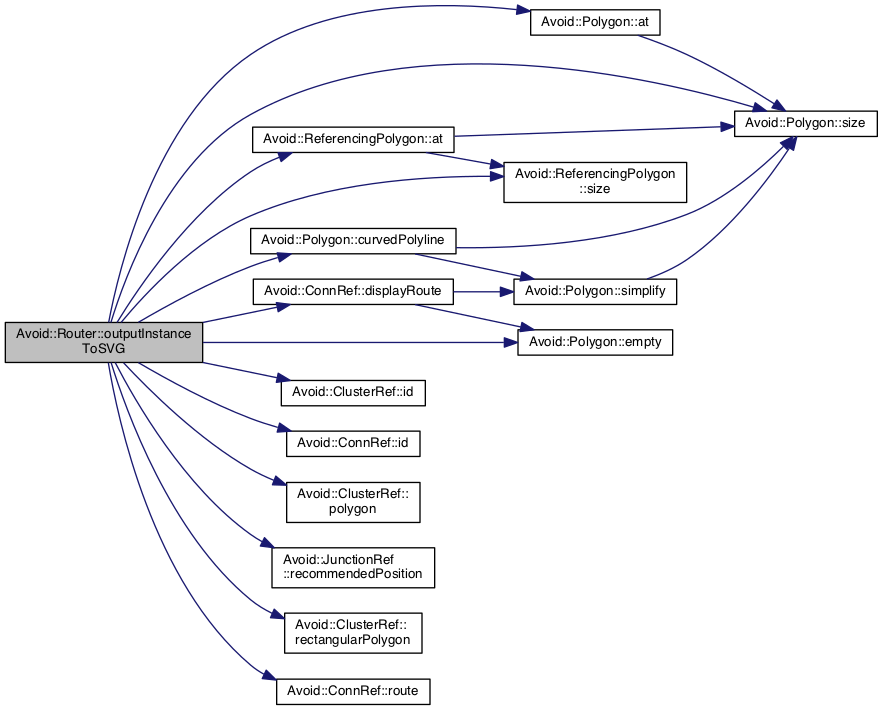
Earlier version of the Graphviz export documentation/classAvoid_1_1Router_a458aae2d6447e0958e4916a8c29bbb47_cgraph.png (mjwybrow/adaptagrams). Its source is kept beside it as documentation/classAvoid_1_1Router_a458aae2d6447e0958e4916a8c29bbb47_cgraph.dot.
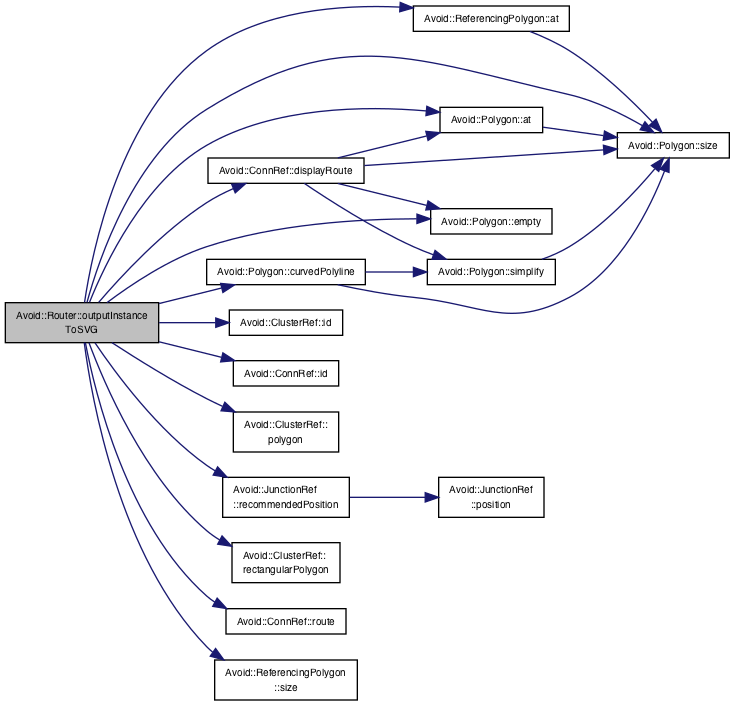
The same diagram one commit later.

Diff of the diagram source:
```diff
@@ -3,40 +3,43 @@
   edge [fontname="Helvetica",fontsize="10",labelfontname="Helvetica",labelfontsize="10"];
   node [fontname="Helvetica",fontsize="10",shape=record];
   rankdir="LR";
-  Node1 [label="Avoid::Router::outputInstance\lToSVG",height=0.2,width=0.4,color="black", fillcolor="grey75", style="filled", fontcolor="black"];
-  Node1 -> Node2 [color="midnightblue",fontsize="10",style="solid",fontname="Helvetica"];
-  Node2 [label="Avoid::Polygon::at",height=0.2,width=0.4,color="black", fillcolor="white", style="filled",URL="$classAvoid_1_1Polygon.html#a4980ff614840f746cc539a021128fc96",tooltip="Returns a specific point in the polygon. "];
-  Node2 -> Node3 [color="midnightblue",fontsize="10",style="solid",fontname="Helvetica"];
-  Node3 [label="Avoid::Polygon::size",height=0.2,width=0.4,color="black", fillcolor="white", style="filled",URL="$classAvoid_1_1Polygon.html#a58c011bded47396fb1bbda2c1eeb9552",tooltip="Returns the number of points in this polygon. "];
-  Node1 -> Node4 [color="midnightblue",fontsize="10",style="solid",fontname="Helvetica"];
-  Node4 [label="Avoid::ReferencingPolygon::at",height=0.2,width=0.4,color="black", fillcolor="white", style="filled",URL="$classAvoid_1_1ReferencingPolygon.html#a908d6fc6a1af577e7ab28be440329747",tooltip="Returns a specific point in the polygon. "];
-  Node4 -> Node3 [color="midnightblue",fontsize="10",style="solid",fontname="Helvetica"];
-  Node4 -> Node5 [color="midnightblue",fontsize="10",style="solid",fontname="Helvetica"];
-  Node5 [label="Avoid::ReferencingPolygon\l::size",height=0.2,width=0.4,color="black", fillcolor="white", style="filled",URL="$classAvoid_1_1ReferencingPolygon.html#af76ac706afca60dbef6d0bc2b69d8276",tooltip="Returns the number of points in this polygon. "];
-  Node1 -> Node6 [color="midnightblue",fontsize="10",style="solid",fontname="Helvetica"];
-  Node6 [label="Avoid::Polygon::curvedPolyline",height=0.2,width=0.4,color="black", fillcolor="white", style="filled",URL="$classAvoid_1_1Polygon.html#a37c1371329c57705b74e8b557ca102ff",tooltip="Returns a curved approximation of this multi-segment PolyLine, with the corners replaced by smooth Be..."];
-  Node6 -> Node7 [color="midnightblue",fontsize="10",style="solid",fontname="Helvetica"];
-  Node7 [label="Avoid::Polygon::simplify",height=0.2,width=0.4,color="black", fillcolor="white", style="filled",URL="$classAvoid_1_1Polygon.html#a92f6c7f6bd7c144d408fe18a1b711bf3",tooltip="Returns a simplified Polyline, where all collinear line segments have been collapsed down into single..."];
-  Node7 -> Node3 [color="midnightblue",fontsize="10",style="solid",fontname="Helvetica"];
-  Node6 -> Node3 [color="midnightblue",fontsize="10",style="solid",fontname="Helvetica"];
-  Node1 -> Node8 [color="midnightblue",fontsize="10",style="solid",fontname="Helvetica"];
-  Node8 [label="Avoid::ConnRef::displayRoute",height=0.2,width=0.4,color="black", fillcolor="white", style="filled",URL="$classAvoid_1_1ConnRef.html#ab7462cd69bd1d2c4dd318119558b4a94",tooltip="Returns a reference to the current display version of the route for the connector. "];
-  Node8 -> Node9 [color="midnightblue",fontsize="10",style="solid",fontname="Helvetica"];
-  Node9 [label="Avoid::Polygon::empty",height=0.2,width=0.4,color="black", fillcolor="white", style="filled",URL="$classAvoid_1_1Polygon.html#a972b0d1e8116907610b4a52973b255f4",tooltip="Returns true if this polygon is empty. "];
-  Node8 -> Node7 [color="midnightblue",fontsize="10",style="solid",fontname="Helvetica"];
-  Node1 -> Node9 [color="midnightblue",fontsize="10",style="solid",fontname="Helvetica"];
-  Node1 -> Node10 [color="midnightblue",fontsize="10",style="solid",fontname="Helvetica"];
-  Node10 [label="Avoid::ClusterRef::id",height=0.2,width=0.4,color="black", fillcolor="white", style="filled",URL="$classAvoid_1_1ClusterRef.html#a3fa6590dec9dbd8ef8ca581ab6c2416f",tooltip="Returns the ID of this cluster. "];
-  Node1 -> Node11 [color="midnightblue",fontsize="10",style="solid",fontname="Helvetica"];
-  Node11 [label="Avoid::ConnRef::id",height=0.2,width=0.4,color="black", fillcolor="white", style="filled",URL="$classAvoid_1_1ConnRef.html#a2bc4552e6d1b80c9ec38a971efb0d378",tooltip="Returns the ID of this connector. "];
-  Node1 -> Node12 [color="midnightblue",fontsize="10",style="solid",fontname="Helvetica"];
-  Node12 [label="Avoid::ClusterRef::\lpolygon",height=0.2,width=0.4,color="black", fillcolor="white", style="filled",URL="$classAvoid_1_1ClusterRef.html#acd1fa20b079253d53d27abf50d2a8933",tooltip="Returns a reference to the polygon boundary of this cluster. "];
-  Node1 -> Node13 [color="midnightblue",fontsize="10",style="solid",fontname="Helvetica"];
-  Node13 [label="Avoid::JunctionRef\l::recommendedPosition",height=0.2,width=0.4,color="black", fillcolor="white", style="filled",URL="$classAvoid_1_1JunctionRef.html#a404276b4132c4d21058f9b7220021124",tooltip="Returns a recommended position for the junction based on improving hyperedge routes. This value will be set during routing when the improveHyperedgeRoutesMovingJunctions router option is set (the default). "];
-  Node1 -> Node14 [color="midnightblue",fontsize="10",style="solid",fontname="Helvetica"];
-  Node14 [label="Avoid::ClusterRef::\lrectangularPolygon",height=0.2,width=0.4,color="black", fillcolor="white", style="filled",URL="$classAvoid_1_1ClusterRef.html#af7877b59ea4cb2939047f785382f8008",tooltip="Returns a reference to the rectangular boundary of this cluster. "];
-  Node1 -> Node15 [color="midnightblue",fontsize="10",style="solid",fontname="Helvetica"];
-  Node15 [label="Avoid::ConnRef::route",height=0.2,width=0.4,color="black", fillcolor="white", style="filled",URL="$classAvoid_1_1ConnRef.html#a98f24407bc92dd5a28e7c9d60d28d38b",tooltip="Returns a reference to the current route for the connector. "];
-  Node1 -> Node3 [color="midnightblue",fontsize="10",style="solid",fontname="Helvetica"];
-  Node1 -> Node5 [color="midnightblue",fontsize="10",style="solid",fontname="Helvetica"];
+  Node107 [label="Avoid::Router::outputInstance\lToSVG",height=0.2,width=0.4,color="black", fillcolor="grey75", style="filled", fontcolor="black"];
+  Node107 -> Node108 [color="midnightblue",fontsize="10",style="solid",fontname="Helvetica"];
+  Node108 [label="Avoid::Polygon::at",height=0.2,width=0.4,color="black", fillcolor="white", style="filled",URL="$classAvoid_1_1Polygon.html#ab2772d0cf1d0aad817a9814e20fce5ab",tooltip="Returns a specific point in the polygon. "];
+  Node108 -> Node109 [color="midnightblue",fontsize="10",style="solid",fontname="Helvetica"];
+  Node109 [label="Avoid::Polygon::size",height=0.2,width=0.4,color="black", fillcolor="white", style="filled",URL="$classAvoid_1_1Polygon.html#a2f9e9c8c78407eefbde944e663d9711e",tooltip="Returns the number of points in this polygon. "];
+  Node107 -> Node110 [color="midnightblue",fontsize="10",style="solid",fontname="Helvetica"];
+  Node110 [label="Avoid::ReferencingPolygon::at",height=0.2,width=0.4,color="black", fillcolor="white", style="filled",URL="$classAvoid_1_1ReferencingPolygon.html#a168bb0af7ba4147861f6b326d088da71",tooltip="Returns a specific point in the polygon. "];
+  Node110 -> Node109 [color="midnightblue",fontsize="10",style="solid",fontname="Helvetica"];
+  Node107 -> Node111 [color="midnightblue",fontsize="10",style="solid",fontname="Helvetica"];
+  Node111 [label="Avoid::Polygon::curvedPolyline",height=0.2,width=0.4,color="black", fillcolor="white", style="filled",URL="$classAvoid_1_1Polygon.html#a35ab2aa804cc40ae127e0641e254d268",tooltip="Returns a curved approximation of this multi-segment PolyLine, with the corners replaced by smooth Be..."];
+  Node111 -> Node112 [color="midnightblue",fontsize="10",style="solid",fontname="Helvetica"];
+  Node112 [label="Avoid::Polygon::simplify",height=0.2,width=0.4,color="black", fillcolor="white", style="filled",URL="$classAvoid_1_1Polygon.html#a2d3a0deb96bbff214b7035e481f0f0e8",tooltip="Returns a simplified Polyline, where all collinear line segments have been collapsed down into single..."];
+  Node112 -> Node109 [color="midnightblue",fontsize="10",style="solid",fontname="Helvetica"];
+  Node111 -> Node109 [color="midnightblue",fontsize="10",style="solid",fontname="Helvetica"];
+  Node107 -> Node113 [color="midnightblue",fontsize="10",style="solid",fontname="Helvetica"];
+  Node113 [label="Avoid::ConnRef::displayRoute",height=0.2,width=0.4,color="black", fillcolor="white", style="filled",URL="$classAvoid_1_1ConnRef.html#ab7462cd69bd1d2c4dd318119558b4a94",tooltip="Returns a reference to the current display version of the route for the connector. "];
+  Node113 -> Node108 [color="midnightblue",fontsize="10",style="solid",fontname="Helvetica"];
+  Node113 -> Node114 [color="midnightblue",fontsize="10",style="solid",fontname="Helvetica"];
+  Node114 [label="Avoid::Polygon::empty",height=0.2,width=0.4,color="black", fillcolor="white", style="filled",URL="$classAvoid_1_1Polygon.html#a477d0e8e93509d7955d1f4b4ca0abb0d",tooltip="Returns true if this polygon is empty. "];
+  Node113 -> Node112 [color="midnightblue",fontsize="10",style="solid",fontname="Helvetica"];
+  Node113 -> Node109 [color="midnightblue",fontsize="10",style="solid",fontname="Helvetica"];
+  Node107 -> Node114 [color="midnightblue",fontsize="10",style="solid",fontname="Helvetica"];
+  Node107 -> Node115 [color="midnightblue",fontsize="10",style="solid",fontname="Helvetica"];
+  Node115 [label="Avoid::ClusterRef::id",height=0.2,width=0.4,color="black", fillcolor="white", style="filled",URL="$classAvoid_1_1ClusterRef.html#a7a25b0c34cdad039906693265a9caac8",tooltip="Returns the ID of this cluster. "];
+  Node107 -> Node116 [color="midnightblue",fontsize="10",style="solid",fontname="Helvetica"];
+  Node116 [label="Avoid::ConnRef::id",height=0.2,width=0.4,color="black", fillcolor="white", style="filled",URL="$classAvoid_1_1ConnRef.html#a053841a1fdef00b1e90f20f563e1c259",tooltip="Returns the ID of this connector. "];
+  Node107 -> Node117 [color="midnightblue",fontsize="10",style="solid",fontname="Helvetica"];
+  Node117 [label="Avoid::ClusterRef::\lpolygon",height=0.2,width=0.4,color="black", fillcolor="white", style="filled",URL="$classAvoid_1_1ClusterRef.html#acd1fa20b079253d53d27abf50d2a8933",tooltip="Returns a reference to the polygon boundary of this cluster. "];
+  Node107 -> Node118 [color="midnightblue",fontsize="10",style="solid",fontname="Helvetica"];
+  Node118 [label="Avoid::JunctionRef\l::recommendedPosition",height=0.2,width=0.4,color="black", fillcolor="white", style="filled",URL="$classAvoid_1_1JunctionRef.html#a5b376e38102c5e4c9b625be21a9e46d5",tooltip="Returns a recommended position for the junction based on improving hyperedge routes. This value will be set during routing when the improveHyperedgeRoutesMovingJunctions router option is set (the default). "];
+  Node118 -> Node119 [color="midnightblue",fontsize="10",style="solid",fontname="Helvetica"];
+  Node119 [label="Avoid::JunctionRef\l::position",height=0.2,width=0.4,color="black", fillcolor="white", style="filled",URL="$classAvoid_1_1JunctionRef.html#af66cab7216d077ac124674c7c5f08e05",tooltip="Returns the position of this junction. "];
+  Node107 -> Node120 [color="midnightblue",fontsize="10",style="solid",fontname="Helvetica"];
+  Node120 [label="Avoid::ClusterRef::\lrectangularPolygon",height=0.2,width=0.4,color="black", fillcolor="white", style="filled",URL="$classAvoid_1_1ClusterRef.html#af7877b59ea4cb2939047f785382f8008",tooltip="Returns a reference to the rectangular boundary of this cluster. "];
+  Node107 -> Node121 [color="midnightblue",fontsize="10",style="solid",fontname="Helvetica"];
+  Node121 [label="Avoid::ConnRef::route",height=0.2,width=0.4,color="black", fillcolor="white", style="filled",URL="$classAvoid_1_1ConnRef.html#a0d90245fbe772d30723bd578efa3a45d",tooltip="Returns a reference to the current raw \"debug\" route for the connector. "];
+  Node107 -> Node109 [color="midnightblue",fontsize="10",style="solid",fontname="Helvetica"];
+  Node107 -> Node122 [color="midnightblue",fontsize="10",style="solid",fontname="Helvetica"];
+  Node122 [label="Avoid::ReferencingPolygon\l::size",height=0.2,width=0.4,color="black", fillcolor="white", style="filled",URL="$classAvoid_1_1ReferencingPolygon.html#a1dde474f3703dfe854768d5857a94067",tooltip="Returns the number of points in this polygon. "];
 }
```
